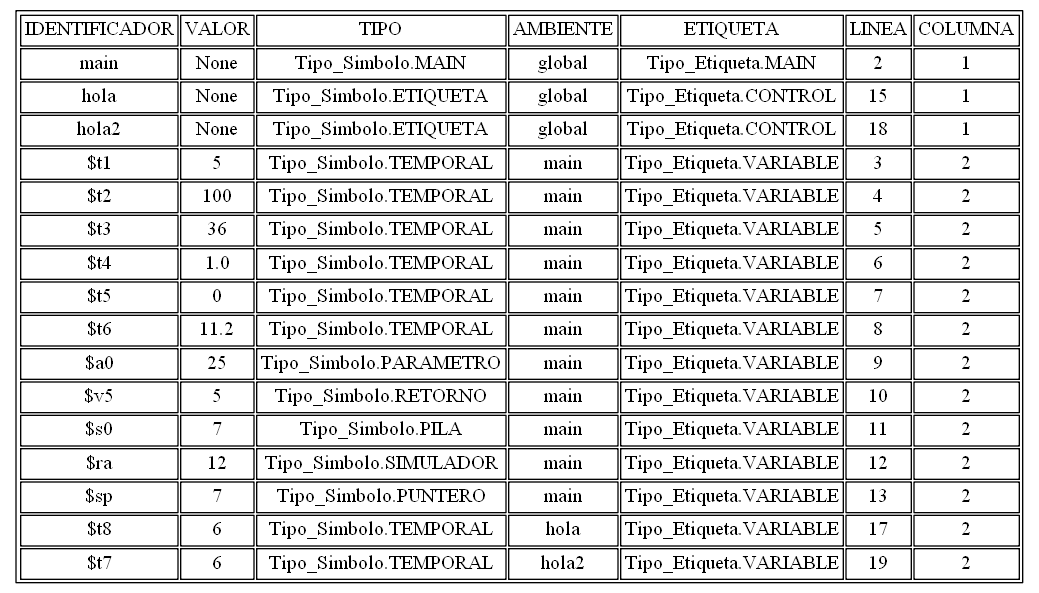
Earlier version of the Graphviz export tablasimbolos.png (AndreeAvalos/OLC2-AUGUS). Its source is kept beside it as tablasimbolos.dot.
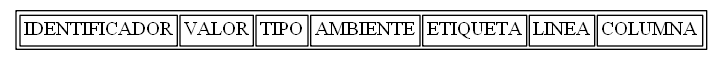
Above is the later version.

Change to the diagram source:
```diff
@@ -3,22 +3,6 @@
 graph [bb="0,0,352,154"];
 arset [label=<<TABLE ALIGN="LEFT">
 <TR><TD>IDENTIFICADOR</TD><TD>VALOR</TD><TD>TIPO</TD><TD>AMBIENTE</TD><TD>ETIQUETA</TD><TD>LINEA</TD><TD>COLUMNA</TD></TR>
-<TR><TD>main</TD><TD>None</TD><TD>Tipo_Simbolo.MAIN</TD><TD>global</TD><TD>Tipo_Etiqueta.MAIN</TD><TD>2</TD><TD>1</TD></TR>
-<TR><TD>hola</TD><TD>None</TD><TD>Tipo_Simbolo.ETIQUETA</TD><TD>global</TD><TD>Tipo_Etiqueta.CONTROL</TD><TD>15</TD><TD>1</TD></TR>
-<TR><TD>hola2</TD><TD>None</TD><TD>Tipo_Simbolo.ETIQUETA</TD><TD>global</TD><TD>Tipo_Etiqueta.CONTROL</TD><TD>18</TD><TD>1</TD></TR>
-<TR><TD>$t1</TD><TD>5</TD><TD>Tipo_Simbolo.TEMPORAL</TD><TD>main</TD><TD>Tipo_Etiqueta.VARIABLE</TD><TD>3</TD><TD>2</TD></TR>
-<TR><TD>$t2</TD><TD>100</TD><TD>Tipo_Simbolo.TEMPORAL</TD><TD>main</TD><TD>Tipo_Etiqueta.VARIABLE</TD><TD>4</TD><TD>2</TD></TR>
-<TR><TD>$t3</TD><TD>36</TD><TD>Tipo_Simbolo.TEMPORAL</TD><TD>main</TD><TD>Tipo_Etiqueta.VARIABLE</TD><TD>5</TD><TD>2</TD></TR>
-<TR><TD>$t4</TD><TD>1.0</TD><TD>Tipo_Simbolo.TEMPORAL</TD><TD>main</TD><TD>Tipo_Etiqueta.VARIABLE</TD><TD>6</TD><TD>2</TD></TR>
-<TR><TD>$t5</TD><TD>0</TD><TD>Tipo_Simbolo.TEMPORAL</TD><TD>main</TD><TD>Tipo_Etiqueta.VARIABLE</TD><TD>7</TD><TD>2</TD></TR>
-<TR><TD>$t6</TD><TD>11.2</TD><TD>Tipo_Simbolo.TEMPORAL</TD><TD>main</TD><TD>Tipo_Etiqueta.VARIABLE</TD><TD>8</TD><TD>2</TD></TR>
-<TR><TD>$a0</TD><TD>25</TD><TD>Tipo_Simbolo.PARAMETRO</TD><TD>main</TD><TD>Tipo_Etiqueta.VARIABLE</TD><TD>9</TD><TD>2</TD></TR>
-<TR><TD>$v5</TD><TD>5</TD><TD>Tipo_Simbolo.RETORNO</TD><TD>main</TD><TD>Tipo_Etiqueta.VARIABLE</TD><TD>10</TD><TD>2</TD></TR>
-<TR><TD>$s0</TD><TD>7</TD><TD>Tipo_Simbolo.PILA</TD><TD>main</TD><TD>Tipo_Etiqueta.VARIABLE</TD><TD>11</TD><TD>2</TD></TR>
-<TR><TD>$ra</TD><TD>12</TD><TD>Tipo_Simbolo.SIMULADOR</TD><TD>main</TD><TD>Tipo_Etiqueta.VARIABLE</TD><TD>12</TD><TD>2</TD></TR>
-<TR><TD>$sp</TD><TD>7</TD><TD>Tipo_Simbolo.PUNTERO</TD><TD>main</TD><TD>Tipo_Etiqueta.VARIABLE</TD><TD>13</TD><TD>2</TD></TR>
-<TR><TD>$t8</TD><TD>6</TD><TD>Tipo_Simbolo.TEMPORAL</TD><TD>hola</TD><TD>Tipo_Etiqueta.VARIABLE</TD><TD>17</TD><TD>2</TD></TR>
-<TR><TD>$t7</TD><TD>6</TD><TD>Tipo_Simbolo.TEMPORAL</TD><TD>hola2</TD><TD>Tipo_Etiqueta.VARIABLE</TD><TD>19</TD><TD>2</TD></TR>
 </TABLE>
 >, ];
 }
```
